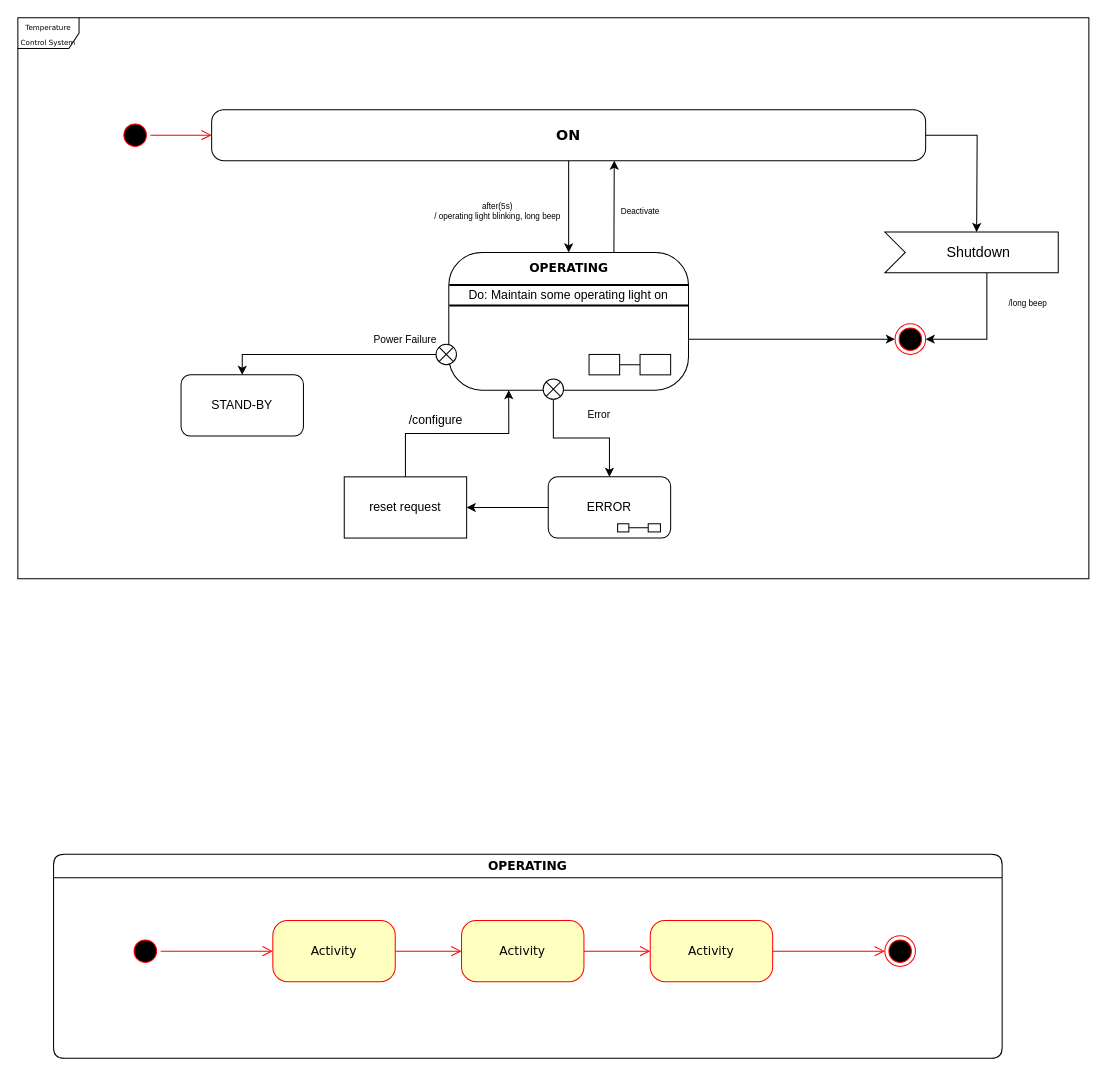
Earlier version of the draw.io diagram temp_co2_control_system.drawio (OZiad/UML_State_Machine_331). Source tidied: cells renumbered, new cells numbered last; positions are measured from the earlier drawing's top-left corner, leaving out a move shared by most shapes. Both pictures are drawn from the tidied source at 102%, with x=0, y=0 at pixel (17, 17).
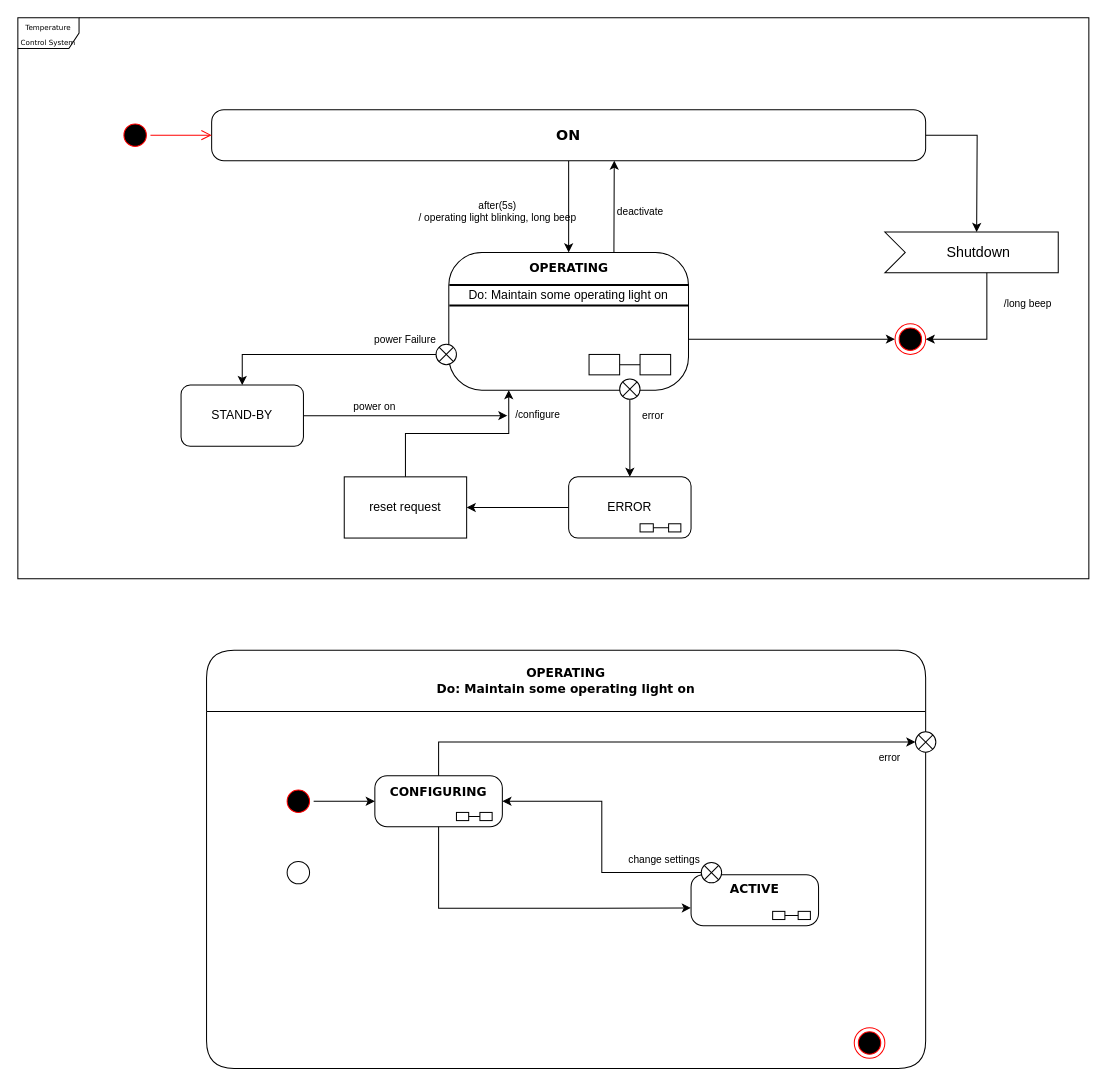
The same diagram, later.

Commit message:
Create Operating state skeleton

Change to the diagram source:
```diff
@@
+    <mxCell id="7" value="OPERATING&lt;br&gt;Do: Maintain some operating light on" style="swimlane;whiteSpace=wrap;html=1;rounded=1;shadow=0;comic=0;labelBackgroundColor=none;strokeWidth=1;fontFamily=Verdana;fontSize=12;align=center;startSize=60;" parent="1" vertex="1">
+      <mxGeometry x="185" y="620" width="705" height="410" as="geometry" />
+    </mxCell>
+    <mxCell id="10" style="ellipse;html=1;shape=endState;fillColor=#000000;strokeColor=#ff0000;rounded=1;shadow=0;comic=0;labelBackgroundColor=none;fontFamily=Verdana;fontSize=12;fontColor=#000000;align=center;" parent="7" vertex="1">
+      <mxGeometry x="635" y="370" width="30" height="30" as="geometry" />
+    </mxCell>
+    <mxCell id="12" style="ellipse;html=1;shape=startState;fillColor=#000000;strokeColor=#ff0000;rounded=1;shadow=0;comic=0;labelBackgroundColor=none;fontFamily=Verdana;fontSize=12;fontColor=#000000;align=center;direction=south;" parent="7" vertex="1">
+      <mxGeometry x="75" y="133" width="30" height="30" as="geometry" />
+    </mxCell>
+    <mxCell id="48" style="ellipse;html=1;shape=startState;fillColor=none;strokeColor=#000000;rounded=1;shadow=0;comic=0;labelBackgroundColor=none;fontFamily=Verdana;fontSize=12;fontColor=#000000;align=center;direction=south;" parent="7" vertex="1">
+      <mxGeometry x="75" y="203" width="30" height="30" as="geometry" />
+    </mxCell>
+    <mxCell id="49" value="&lt;span style=&quot;font-size: 14px;&quot;&gt;&lt;b style=&quot;font-size: 12px;&quot;&gt;CONFIGURING&lt;/b&gt;&lt;/span&gt;" style="rounded=1;whiteSpace=wrap;html=1;arcSize=24;shadow=0;comic=0;labelBackgroundColor=none;fontFamily=Verdana;fontSize=12;align=center;verticalAlign=top;horizontal=1;points=[[0,0,0,0,0],[0,0.25,0,0,0],[0,0.5,0,0,0],[0,0.75,0,0,0],[0,1,0,0,0],[0.25,0,0,0,0],[0.25,1,0,0,0],[0.5,0,0,0,0],[0.5,1,0,0,0],[0.75,0,0,0,0],[0.75,1,0,0,0],[1,0,0,0,0],[1,0.25,0,0,0],[1,0.5,0,0,0],[1,0.75,0,0,0],[1,1,0,0,0]];" parent="7" vertex="1">
+      <mxGeometry x="165" y="123" width="125" height="50" as="geometry" />
+    </mxCell>
+    <mxCell id="50" style="edgeStyle=orthogonalEdgeStyle;rounded=0;jettySize=auto;html=1;endArrow=none;endFill=0;" parent="7" edge="1" source="51" target="52">
+      <mxGeometry relative="1" as="geometry" />
+    </mxCell>
+    <mxCell id="51" style="rounded=0;whiteSpace=wrap;html=1;" parent="7" vertex="1">
+      <mxGeometry x="245" y="159" width="12" height="8" as="geometry" />
+    </mxCell>
+    <mxCell id="52" style="rounded=0;whiteSpace=wrap;html=1;" parent="7" vertex="1">
+      <mxGeometry x="268" y="159" width="12" height="8" as="geometry" />
+    </mxCell>
+    <mxCell id="53" value="error" style="text;html=1;strokeColor=none;fillColor=none;align=center;verticalAlign=middle;whiteSpace=wrap;rounded=0;fontSize=10;" parent="7" vertex="1">
+      <mxGeometry x="635" y="90" width="70" height="30" as="geometry" />
+    </mxCell>
+    <mxCell id="54" style="edgeStyle=orthogonalEdgeStyle;rounded=0;jettySize=auto;html=1;entryX=0;entryY=0.5;entryDx=0;entryDy=0;entryPerimeter=0;" parent="7" edge="1" source="12" target="49">
+      <mxGeometry relative="1" as="geometry" />
+    </mxCell>
+    <mxCell id="55" value="&lt;b&gt;ACTIVE&lt;/b&gt;" style="rounded=1;whiteSpace=wrap;html=1;arcSize=24;shadow=0;comic=0;labelBackgroundColor=none;fontFamily=Verdana;fontSize=12;align=center;verticalAlign=top;horizontal=1;points=[[0,0,0,0,0],[0,0.25,0,0,0],[0,0.5,0,0,0],[0,0.75,0,0,0],[0,1,0,0,0],[0.25,0,0,0,0],[0.25,1,0,0,0],[0.5,0,0,0,0],[0.5,1,0,0,0],[0.75,0,0,0,0],[0.75,1,0,0,0],[1,0,0,0,0],[1,0.25,0,0,0],[1,0.5,0,0,0],[1,0.75,0,0,0],[1,1,0,0,0]];" parent="7" vertex="1">
+      <mxGeometry x="475" y="220" width="125" height="50" as="geometry" />
+    </mxCell>
+    <mxCell id="56" style="edgeStyle=orthogonalEdgeStyle;rounded=0;jettySize=auto;html=1;entryX=0;entryY=0.5;entryDx=0;entryDy=0;endArrow=none;endFill=0;" parent="7" edge="1" source="57" target="58">
+      <mxGeometry relative="1" as="geometry" />
+    </mxCell>
+    <mxCell id="57" style="rounded=0;whiteSpace=wrap;html=1;" parent="7" vertex="1">
+      <mxGeometry x="555" y="256" width="12" height="8" as="geometry" />
+    </mxCell>
+    <mxCell id="58" style="rounded=0;whiteSpace=wrap;html=1;" parent="7" vertex="1">
+      <mxGeometry x="580" y="256" width="12" height="8" as="geometry" />
+    </mxCell>
+    <mxCell id="59" style="edgeStyle=orthogonalEdgeStyle;rounded=0;jettySize=auto;html=1;entryX=-0.001;entryY=0.652;entryDx=0;entryDy=0;entryPerimeter=0;" parent="7" edge="1" source="49" target="55">
+      <mxGeometry relative="1" as="geometry">
+        <Array as="points">
+          <mxPoint x="228" y="253" />
+          <mxPoint x="383" y="253" />
+        </Array>
+      </mxGeometry>
+    </mxCell>
+    <mxCell id="60" style="shape=sumEllipse;perimeter=ellipsePerimeter;html=1;backgroundOutline=1;" parent="7" vertex="1">
+      <mxGeometry x="485" y="208" width="20" height="20" as="geometry" />
+    </mxCell>
+    <mxCell id="61" style="edgeStyle=orthogonalEdgeStyle;rounded=0;jettySize=auto;html=1;entryX=1;entryY=0.5;entryDx=0;entryDy=0;entryPerimeter=0;" parent="7" edge="1" source="60" target="49">
+      <mxGeometry relative="1" as="geometry" />
+    </mxCell>
+    <mxCell id="62" value="change settings" style="text;html=1;strokeColor=none;fillColor=none;align=center;verticalAlign=middle;whiteSpace=wrap;rounded=0;fontSize=10;" parent="7" vertex="1">
+      <mxGeometry x="410" y="190" width="78" height="30" as="geometry" />
+    </mxCell>
@@
-    <mxCell id="7" value="OPERATING" style="swimlane;whiteSpace=wrap;html=1;rounded=1;shadow=0;comic=0;labelBackgroundColor=none;strokeWidth=1;fontFamily=Verdana;fontSize=12;align=center;" parent="1" vertex="1">
-      <mxGeometry x="35" y="820" width="930" height="200" as="geometry" />
-    </mxCell>
-    <mxCell id="8" style="edgeStyle=elbowEdgeStyle;html=1;labelBackgroundColor=none;endArrow=open;endSize=8;strokeColor=#ff0000;fontFamily=Verdana;fontSize=12;align=left;" parent="7" edge="1" source="9" target="14">
-      <mxGeometry relative="1" as="geometry" />
-    </mxCell>
-    <mxCell id="9" value="Activity" style="rounded=1;whiteSpace=wrap;html=1;arcSize=24;fillColor=#ffffc0;strokeColor=#ff0000;shadow=0;comic=0;labelBackgroundColor=none;fontFamily=Verdana;fontSize=12;fontColor=#000000;align=center;" parent="7" vertex="1">
-      <mxGeometry x="215" y="65" width="120" height="60" as="geometry" />
-    </mxCell>
-    <mxCell id="10" style="ellipse;html=1;shape=endState;fillColor=#000000;strokeColor=#ff0000;rounded=1;shadow=0;comic=0;labelBackgroundColor=none;fontFamily=Verdana;fontSize=12;fontColor=#000000;align=center;" parent="7" vertex="1">
-      <mxGeometry x="815" y="80" width="30" height="30" as="geometry" />
-    </mxCell>
-    <mxCell id="11" style="edgeStyle=elbowEdgeStyle;html=1;labelBackgroundColor=none;endArrow=open;endSize=8;strokeColor=#ff0000;fontFamily=Verdana;fontSize=12;align=left;" parent="7" edge="1" source="12" target="9">
-      <mxGeometry relative="1" as="geometry" />
-    </mxCell>
-    <mxCell id="12" style="ellipse;html=1;shape=startState;fillColor=#000000;strokeColor=#ff0000;rounded=1;shadow=0;comic=0;labelBackgroundColor=none;fontFamily=Verdana;fontSize=12;fontColor=#000000;align=center;direction=south;" parent="7" vertex="1">
-      <mxGeometry x="75" y="80" width="30" height="30" as="geometry" />
-    </mxCell>
-    <mxCell id="13" style="edgeStyle=elbowEdgeStyle;html=1;labelBackgroundColor=none;endArrow=open;endSize=8;strokeColor=#ff0000;fontFamily=Verdana;fontSize=12;align=left;" parent="7" edge="1" source="14" target="16">
-      <mxGeometry relative="1" as="geometry" />
-    </mxCell>
-    <mxCell id="14" value="Activity" style="rounded=1;whiteSpace=wrap;html=1;arcSize=24;fillColor=#ffffc0;strokeColor=#ff0000;shadow=0;comic=0;labelBackgroundColor=none;fontFamily=Verdana;fontSize=12;fontColor=#000000;align=center;" parent="7" vertex="1">
-      <mxGeometry x="400" y="65" width="120" height="60" as="geometry" />
-    </mxCell>
-    <mxCell id="15" style="edgeStyle=elbowEdgeStyle;html=1;labelBackgroundColor=none;endArrow=open;endSize=8;strokeColor=#ff0000;fontFamily=Verdana;fontSize=12;align=left;" parent="7" edge="1" source="16" target="10">
-      <mxGeometry relative="1" as="geometry" />
-    </mxCell>
-    <mxCell id="16" value="Activity" style="rounded=1;whiteSpace=wrap;html=1;arcSize=24;fillColor=#ffffc0;strokeColor=#ff0000;shadow=0;comic=0;labelBackgroundColor=none;fontFamily=Verdana;fontSize=12;fontColor=#000000;align=center;" parent="7" vertex="1">
-      <mxGeometry x="585" y="65" width="120" height="60" as="geometry" />
-    </mxCell>
@@
-    <mxCell id="24" value="after(5s)&lt;br&gt;/ operating light blinking, long beep" style="text;strokeColor=none;fillColor=none;html=1;fontSize=8;fontStyle=0;verticalAlign=middle;align=center;" parent="1" vertex="1">
+    <mxCell id="24" value="after(5s)&lt;br style=&quot;font-size: 10px;&quot;&gt;/ operating light blinking, long beep" style="text;strokeColor=none;fillColor=none;html=1;fontSize=10;fontStyle=0;verticalAlign=middle;align=center;" parent="1" vertex="1">
       <mxGeometry x="420" y="170" width="100" height="40" as="geometry" />
     </mxCell>
-    <mxCell id="25" value="Deactivate" style="text;strokeColor=none;fillColor=none;html=1;fontSize=8;fontStyle=0;verticalAlign=middle;align=center;" parent="1" vertex="1">
+    <mxCell id="25" value="deactivate" style="text;strokeColor=none;fillColor=none;html=1;fontSize=10;fontStyle=0;verticalAlign=middle;align=center;" parent="1" vertex="1">
       <mxGeometry x="560" y="170" width="100" height="40" as="geometry" />
     </mxCell>
@@
-    <mxCell id="29" value="/long beep" style="text;strokeColor=none;fillColor=none;html=1;fontSize=8;fontStyle=0;verticalAlign=middle;align=center;" parent="1" vertex="1">
+    <mxCell id="29" value="/long beep" style="text;strokeColor=none;fillColor=none;html=1;fontSize=10;fontStyle=0;verticalAlign=middle;align=center;" parent="1" vertex="1">
       <mxGeometry x="940" y="260" width="100" height="40" as="geometry" />
     </mxCell>
@@
+    <mxCell id="63" style="edgeStyle=orthogonalEdgeStyle;rounded=0;jettySize=auto;html=1;" parent="1" edge="1" source="32">
+      <mxGeometry relative="1" as="geometry">
+        <mxPoint x="480" y="390" as="targetPoint" />
+      </mxGeometry>
+    </mxCell>
     <mxCell id="32" value="STAND-BY" style="rounded=1;whiteSpace=wrap;html=1;" parent="1" vertex="1">
-      <mxGeometry x="160" y="350" width="120" height="60" as="geometry" />
+      <mxGeometry x="160" y="360" width="120" height="60" as="geometry" />
     </mxCell>
@@
     <mxCell id="37" style="shape=sumEllipse;perimeter=ellipsePerimeter;html=1;backgroundOutline=1;" parent="1" vertex="1">
-      <mxGeometry x="515" y="354" width="20" height="20" as="geometry" />
+      <mxGeometry x="590" y="354" width="20" height="20" as="geometry" />
     </mxCell>
@@
     <mxCell id="39" value="ERROR" style="rounded=1;whiteSpace=wrap;html=1;" parent="1" vertex="1">
-      <mxGeometry x="520" y="450" width="120" height="60" as="geometry" />
+      <mxGeometry x="540" y="450" width="120" height="60" as="geometry" />
     </mxCell>
@@
     <mxCell id="41" style="rounded=0;whiteSpace=wrap;html=1;" parent="1" vertex="1">
-      <mxGeometry x="588" y="496" width="11" height="8" as="geometry" />
+      <mxGeometry x="610" y="496" width="13" height="8" as="geometry" />
     </mxCell>
     <mxCell id="42" style="rounded=0;whiteSpace=wrap;html=1;" parent="1" vertex="1">
-      <mxGeometry x="618" y="496" width="12" height="8" as="geometry" />
+      <mxGeometry x="638" y="496" width="12" height="8" as="geometry" />
     </mxCell>
@@
-    <mxCell id="45" value="/configure" style="text;html=1;strokeColor=none;fillColor=none;align=center;verticalAlign=middle;whiteSpace=wrap;rounded=0;" parent="1" vertex="1">
-      <mxGeometry x="380" y="380" width="60" height="30" as="geometry" />
+    <mxCell id="45" value="/configure" style="text;html=1;strokeColor=none;fillColor=none;align=center;verticalAlign=middle;whiteSpace=wrap;rounded=0;fontSize=10;" parent="1" vertex="1">
+      <mxGeometry x="480" y="374" width="60" height="30" as="geometry" />
     </mxCell>
-    <mxCell id="46" value="Power Failure" style="text;html=1;strokeColor=none;fillColor=none;align=center;verticalAlign=middle;whiteSpace=wrap;rounded=0;fontSize=10;" parent="1" vertex="1">
+    <mxCell id="46" value="power Failure" style="text;html=1;strokeColor=none;fillColor=none;align=center;verticalAlign=middle;whiteSpace=wrap;rounded=0;fontSize=10;" parent="1" vertex="1">
       <mxGeometry x="345" y="300" width="70" height="30" as="geometry" />
     </mxCell>
-    <mxCell id="47" value="Error" style="text;html=1;strokeColor=none;fillColor=none;align=center;verticalAlign=middle;whiteSpace=wrap;rounded=0;fontSize=10;" parent="1" vertex="1">
-      <mxGeometry x="535" y="374" width="70" height="30" as="geometry" />
+    <mxCell id="47" value="error" style="text;html=1;strokeColor=none;fillColor=none;align=center;verticalAlign=middle;whiteSpace=wrap;rounded=0;fontSize=10;" parent="1" vertex="1">
+      <mxGeometry x="587.5" y="375" width="70" height="30" as="geometry" />
     </mxCell>
+    <mxCell id="64" value="power on" style="text;html=1;strokeColor=none;fillColor=none;align=center;verticalAlign=middle;whiteSpace=wrap;rounded=0;fontSize=10;" parent="1" vertex="1">
+      <mxGeometry x="320" y="366" width="60" height="30" as="geometry" />
+    </mxCell>
+    <mxCell id="65" style="shape=sumEllipse;perimeter=ellipsePerimeter;html=1;backgroundOutline=1;" parent="1" vertex="1">
+      <mxGeometry x="880" y="700" width="20" height="20" as="geometry" />
+    </mxCell>
+    <mxCell id="66" style="edgeStyle=orthogonalEdgeStyle;rounded=0;jettySize=auto;html=1;entryX=0;entryY=0.5;entryDx=0;entryDy=0;" parent="1" edge="1" source="49" target="65">
+      <mxGeometry relative="1" as="geometry">
+        <Array as="points">
+          <mxPoint x="413" y="710" />
+        </Array>
+      </mxGeometry>
+    </mxCell>
```
